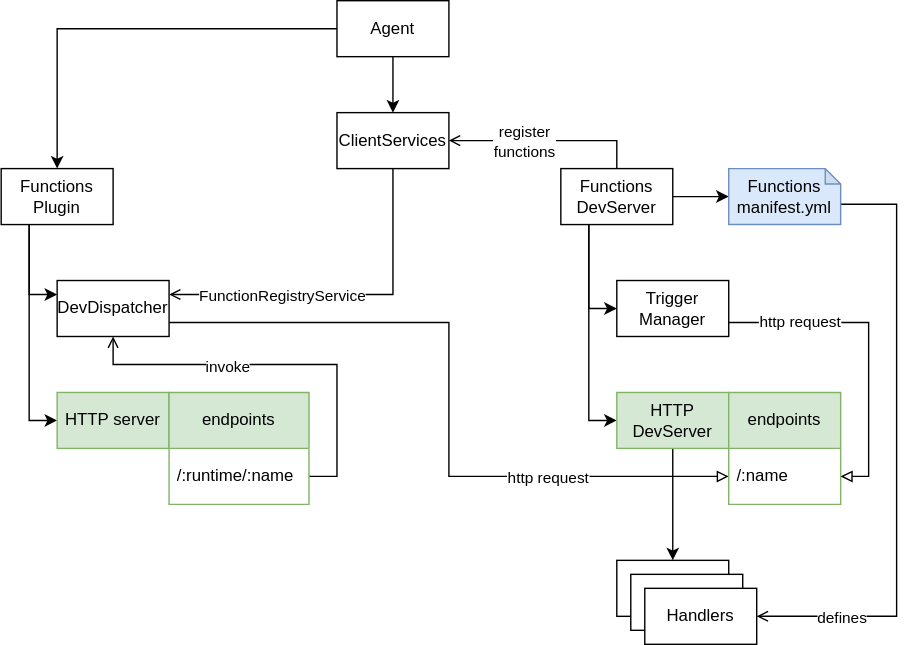
The draw.io diagram docs/docs/design/diagrams/functions-architecture.drawio.svg in dxos/dxos, before a commit. Source tidied: cells renumbered, new cells last; positions are measured from the earlier drawing's top-left corner, leaving out a move shared by most shapes. Source of this version:
```xml
<mxGraphModel>
  <root>
    <mxCell id="0" />
    <mxCell id="1" parent="0" />
    <mxCell id="2" style="edgeStyle=orthogonalEdgeStyle;rounded=0;jettySize=auto;html=1;exitX=0.25;exitY=1;exitDx=0;exitDy=0;entryX=0;entryY=0.25;entryDx=0;entryDy=0;" parent="1" edge="1" source="4" target="10">
      <mxGeometry relative="1" as="geometry" />
    </mxCell>
    <mxCell id="3" style="edgeStyle=orthogonalEdgeStyle;rounded=0;jettySize=auto;html=1;exitX=0.25;exitY=1;exitDx=0;exitDy=0;entryX=0;entryY=0.5;entryDx=0;entryDy=0;" parent="1" edge="1" source="4" target="11">
      <mxGeometry relative="1" as="geometry" />
    </mxCell>
    <mxCell id="4" value="Functions&lt;br&gt;Plugin" style="rounded=0;whiteSpace=wrap;html=1;" parent="1" vertex="1">
      <mxGeometry y="120" width="80" height="40" as="geometry" />
    </mxCell>
    <mxCell id="5" style="edgeStyle=orthogonalEdgeStyle;rounded=0;jettySize=auto;html=1;exitX=0;exitY=0.5;exitDx=0;exitDy=0;" parent="1" edge="1" source="7" target="4">
      <mxGeometry relative="1" as="geometry" />
    </mxCell>
    <mxCell id="6" style="edgeStyle=orthogonalEdgeStyle;rounded=0;jettySize=auto;html=1;exitX=0.5;exitY=1;exitDx=0;exitDy=0;" parent="1" edge="1" source="7" target="18">
      <mxGeometry relative="1" as="geometry" />
    </mxCell>
    <mxCell id="7" value="Agent" style="rounded=0;whiteSpace=wrap;html=1;" parent="1" vertex="1">
      <mxGeometry x="240" width="80" height="40" as="geometry" />
    </mxCell>
    <mxCell id="8" style="edgeStyle=orthogonalEdgeStyle;rounded=0;jettySize=auto;html=1;exitX=1;exitY=0.75;exitDx=0;exitDy=0;entryX=0;entryY=0.5;entryDx=0;entryDy=0;endArrow=block;endFill=0;" parent="1" edge="1" source="10" target="31">
      <mxGeometry relative="1" as="geometry" />
    </mxCell>
    <mxCell id="9" value="http request" style="edgeLabel;html=1;align=center;verticalAlign=middle;" parent="8" vertex="1">
      <mxGeometry x="-0.09" y="1" relative="1" as="geometry">
        <mxPoint x="69" y="79" as="offset" />
      </mxGeometry>
    </mxCell>
    <mxCell id="10" value="DevDispatcher" style="rounded=0;whiteSpace=wrap;html=1;" parent="1" vertex="1">
      <mxGeometry x="40" y="200" width="80" height="40" as="geometry" />
    </mxCell>
    <mxCell id="11" value="HTTP server&lt;br&gt;" style="rounded=0;whiteSpace=wrap;html=1;fillColor=#d5e8d4;strokeColor=#82b366;" parent="1" vertex="1">
      <mxGeometry x="40" y="280" width="80" height="40" as="geometry" />
    </mxCell>
    <mxCell id="12" style="edgeStyle=orthogonalEdgeStyle;rounded=0;jettySize=auto;html=1;exitX=1;exitY=0.75;exitDx=0;exitDy=0;entryX=0.5;entryY=1;entryDx=0;entryDy=0;endArrow=open;endFill=0;" parent="1" edge="1" source="14" target="10">
      <mxGeometry relative="1" as="geometry" />
    </mxCell>
    <mxCell id="13" value="invoke" style="edgeLabel;html=1;align=center;verticalAlign=middle;" parent="12" vertex="1">
      <mxGeometry x="-0.06" y="1" relative="1" as="geometry">
        <mxPoint x="-48" as="offset" />
      </mxGeometry>
    </mxCell>
    <mxCell id="14" value="endpoints" style="swimlane;fontStyle=0;horizontal=1;startSize=40;whiteSpace=wrap;html=1;fillColor=#d5e8d4;strokeColor=#82b366;" parent="1" vertex="1">
      <mxGeometry x="120" y="280" width="100" height="80" as="geometry" />
    </mxCell>
    <mxCell id="15" value="/:runtime/:name&amp;nbsp;" style="text;strokeColor=none;fillColor=none;align=left;verticalAlign=middle;spacingLeft=4;spacingRight=4;overflow=hidden;whiteSpace=wrap;html=1;" parent="14" vertex="1">
      <mxGeometry y="40" width="100" height="40" as="geometry" />
    </mxCell>
    <mxCell id="16" style="edgeStyle=orthogonalEdgeStyle;rounded=0;jettySize=auto;html=1;exitX=0.5;exitY=1;exitDx=0;exitDy=0;entryX=1;entryY=0.25;entryDx=0;entryDy=0;endArrow=open;endFill=0;" parent="1" edge="1" source="18" target="10">
      <mxGeometry relative="1" as="geometry" />
    </mxCell>
    <mxCell id="17" value="FunctionRegistryService" style="edgeLabel;html=1;align=center;verticalAlign=middle;" parent="16" vertex="1">
      <mxGeometry x="-0.55" y="-3" relative="1" as="geometry">
        <mxPoint x="-77" y="34" as="offset" />
      </mxGeometry>
    </mxCell>
    <mxCell id="18" value="ClientServices" style="rounded=0;whiteSpace=wrap;html=1;" parent="1" vertex="1">
      <mxGeometry x="240" y="80" width="80" height="40" as="geometry" />
    </mxCell>
    <mxCell id="19" style="edgeStyle=orthogonalEdgeStyle;rounded=0;jettySize=auto;html=1;exitX=1;exitY=0.5;exitDx=0;exitDy=0;entryX=0;entryY=0.5;entryDx=0;entryDy=0;entryPerimeter=0;" parent="1" edge="1" source="24" target="27">
      <mxGeometry relative="1" as="geometry" />
    </mxCell>
    <mxCell id="20" style="edgeStyle=orthogonalEdgeStyle;rounded=0;jettySize=auto;html=1;exitX=0.5;exitY=0;exitDx=0;exitDy=0;entryX=1;entryY=0.5;entryDx=0;entryDy=0;endArrow=open;endFill=0;" parent="1" edge="1" source="24" target="18">
      <mxGeometry relative="1" as="geometry" />
    </mxCell>
    <mxCell id="21" value="register&lt;br&gt;functions" style="edgeLabel;html=1;align=center;verticalAlign=middle;" parent="20" vertex="1">
      <mxGeometry x="0.32" relative="1" as="geometry">
        <mxPoint x="5" as="offset" />
      </mxGeometry>
    </mxCell>
    <mxCell id="22" style="edgeStyle=orthogonalEdgeStyle;rounded=0;jettySize=auto;html=1;exitX=0.25;exitY=1;exitDx=0;exitDy=0;entryX=0;entryY=0.5;entryDx=0;entryDy=0;" parent="1" edge="1" source="24" target="36">
      <mxGeometry relative="1" as="geometry" />
    </mxCell>
    <mxCell id="23" style="edgeStyle=orthogonalEdgeStyle;rounded=0;jettySize=auto;html=1;exitX=0.25;exitY=1;exitDx=0;exitDy=0;entryX=0;entryY=0.5;entryDx=0;entryDy=0;" parent="1" edge="1" source="24" target="29">
      <mxGeometry relative="1" as="geometry" />
    </mxCell>
    <mxCell id="24" value="Functions&lt;br&gt;DevServer" style="rounded=0;whiteSpace=wrap;html=1;" parent="1" vertex="1">
      <mxGeometry x="400" y="120" width="80" height="40" as="geometry" />
    </mxCell>
    <mxCell id="25" style="edgeStyle=orthogonalEdgeStyle;rounded=0;jettySize=auto;html=1;exitX=0;exitY=0;exitDx=80;exitDy=25.5;exitPerimeter=0;entryX=1;entryY=0.5;entryDx=0;entryDy=0;endArrow=open;endFill=0;" parent="1" edge="1" source="27" target="34">
      <mxGeometry relative="1" as="geometry">
        <Array as="points">
          <mxPoint x="640" y="146" />
          <mxPoint x="640" y="440" />
        </Array>
      </mxGeometry>
    </mxCell>
    <mxCell id="26" value="defines" style="edgeLabel;html=1;align=center;verticalAlign=middle;" parent="25" vertex="1">
      <mxGeometry x="-0.49" y="-2" relative="1" as="geometry">
        <mxPoint x="-38" y="225" as="offset" />
      </mxGeometry>
    </mxCell>
    <mxCell id="27" value="Functions manifest.yml" style="shape=note;whiteSpace=wrap;html=1;backgroundOutline=1;darkOpacity=0.05;size=11;fillColor=#dae8fc;strokeColor=#6c8ebf;" parent="1" vertex="1">
      <mxGeometry x="520" y="120" width="80" height="40" as="geometry" />
    </mxCell>
    <mxCell id="28" style="edgeStyle=orthogonalEdgeStyle;rounded=0;jettySize=auto;html=1;exitX=0.5;exitY=1;exitDx=0;exitDy=0;entryX=0.5;entryY=0;entryDx=0;entryDy=0;" parent="1" edge="1" source="29" target="32">
      <mxGeometry relative="1" as="geometry" />
    </mxCell>
    <mxCell id="29" value="HTTP DevServer" style="rounded=0;whiteSpace=wrap;html=1;fillColor=#d5e8d4;strokeColor=#82b366;" parent="1" vertex="1">
      <mxGeometry x="440" y="280" width="80" height="40" as="geometry" />
    </mxCell>
    <mxCell id="30" value="endpoints" style="swimlane;fontStyle=0;horizontal=1;startSize=40;whiteSpace=wrap;html=1;fillColor=#d5e8d4;strokeColor=#82b366;" parent="1" vertex="1">
      <mxGeometry x="520" y="280" width="80" height="80" as="geometry" />
    </mxCell>
    <mxCell id="31" value="/:name&amp;nbsp;" style="text;strokeColor=none;fillColor=none;align=left;verticalAlign=middle;spacingLeft=4;spacingRight=4;overflow=hidden;points=[[0,0.5],[1,0.5]];portConstraint=eastwest;whiteSpace=wrap;html=1;" parent="30" vertex="1">
      <mxGeometry y="40" width="80" height="40" as="geometry" />
    </mxCell>
    <mxCell id="32" style="rounded=0;whiteSpace=wrap;html=1;" parent="1" vertex="1">
      <mxGeometry x="440" y="400" width="80" height="40" as="geometry" />
    </mxCell>
    <mxCell id="33" style="rounded=0;whiteSpace=wrap;html=1;" parent="1" vertex="1">
      <mxGeometry x="450" y="410" width="80" height="40" as="geometry" />
    </mxCell>
    <mxCell id="34" value="Handlers" style="rounded=0;whiteSpace=wrap;html=1;" parent="1" vertex="1">
      <mxGeometry x="460" y="420" width="80" height="40" as="geometry" />
    </mxCell>
    <mxCell id="35" style="edgeStyle=orthogonalEdgeStyle;rounded=0;jettySize=auto;html=1;exitX=0;exitY=0.75;exitDx=0;exitDy=0;endArrow=block;endFill=0;entryX=1;entryY=0.75;entryDx=0;entryDy=0;" parent="1" edge="1" source="36" target="30">
      <mxGeometry relative="1" as="geometry">
        <Array as="points">
          <mxPoint x="620" y="230" />
          <mxPoint x="620" y="340" />
        </Array>
      </mxGeometry>
    </mxCell>
    <mxCell id="36" value="Trigger&lt;br&gt;Manager" style="rounded=0;whiteSpace=wrap;html=1;" parent="1" vertex="1">
      <mxGeometry x="440" y="200" width="80" height="40" as="geometry" />
    </mxCell>
    <mxCell id="37" value="http request" style="edgeLabel;html=1;align=center;verticalAlign=middle;" parent="1" vertex="1">
      <mxGeometry x="570" y="230" as="geometry" />
    </mxCell>
  </root>
</mxGraphModel>
```
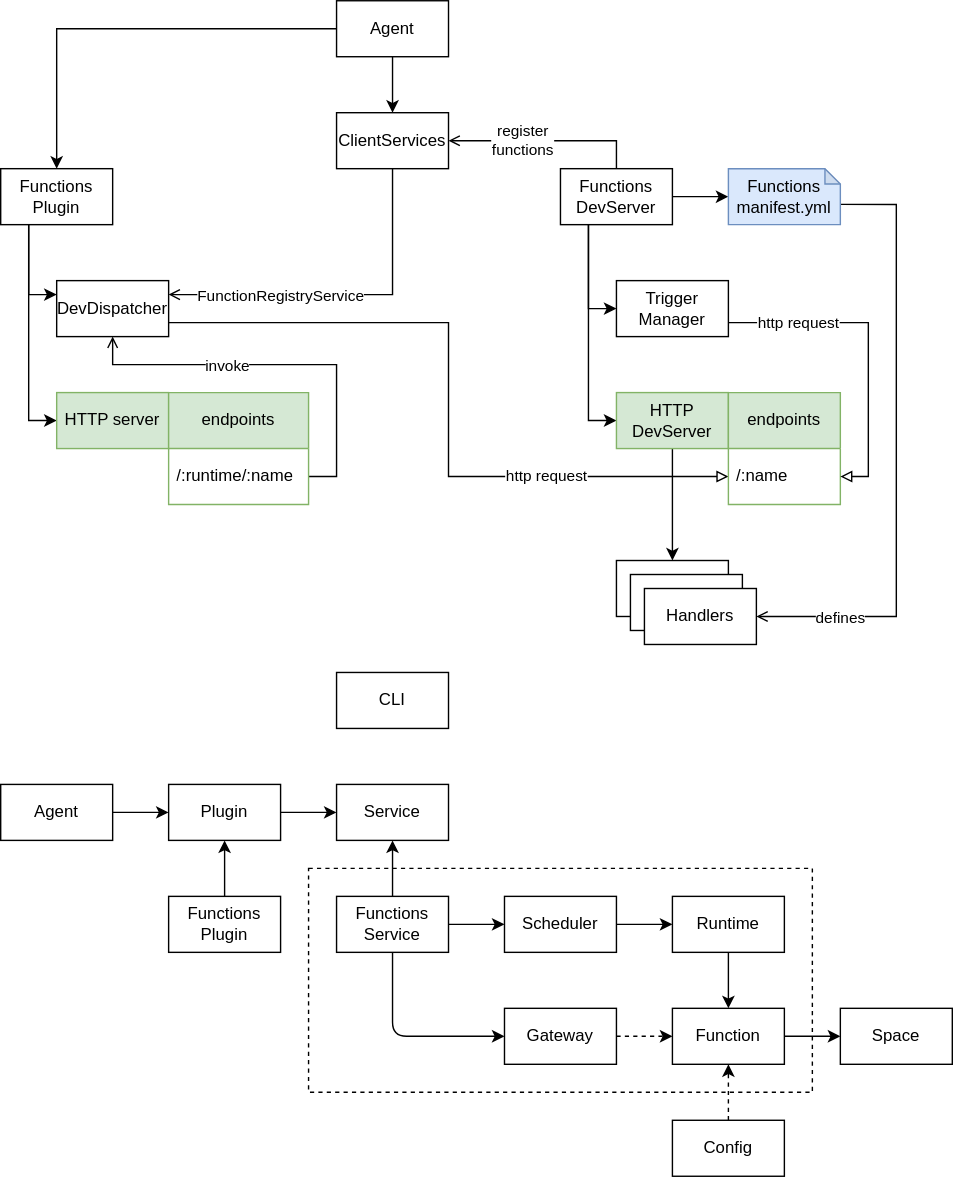
The same file after the commit.

The edit, as a diff of the source:
```diff
@@ -2,6 +2,9 @@
   <root>
     <mxCell id="0" />
     <mxCell id="1" parent="0" />
+    <mxCell id="38" style="rounded=0;whiteSpace=wrap;html=1;dashed=1;fillColor=none;" parent="1" vertex="1">
+      <mxGeometry x="220" y="620" width="360" height="160" as="geometry" />
+    </mxCell>
     <mxCell id="2" style="edgeStyle=orthogonalEdgeStyle;rounded=0;jettySize=auto;html=1;exitX=0.25;exitY=1;exitDx=0;exitDy=0;entryX=0;entryY=0.25;entryDx=0;entryDy=0;" parent="1" edge="1" source="4" target="10">
       <mxGeometry relative="1" as="geometry" />
     </mxCell>
@@ -130,5 +133,78 @@
     <mxCell id="37" value="http request" style="edgeLabel;html=1;align=center;verticalAlign=middle;" parent="1" vertex="1">
       <mxGeometry x="570" y="230" as="geometry" />
     </mxCell>
+    <mxCell id="39" style="edgeStyle=none;html=1;exitX=1;exitY=0.5;exitDx=0;exitDy=0;" parent="1" edge="1" source="40" target="42">
+      <mxGeometry relative="1" as="geometry" />
+    </mxCell>
+    <mxCell id="40" value="Agent" style="rounded=0;whiteSpace=wrap;html=1;" parent="1" vertex="1">
+      <mxGeometry y="560" width="80" height="40" as="geometry" />
+    </mxCell>
+    <mxCell id="41" style="edgeStyle=none;html=1;exitX=1;exitY=0.5;exitDx=0;exitDy=0;" parent="1" edge="1" source="42" target="43">
+      <mxGeometry relative="1" as="geometry" />
+    </mxCell>
+    <mxCell id="42" value="Plugin" style="rounded=0;whiteSpace=wrap;html=1;" parent="1" vertex="1">
+      <mxGeometry x="120" y="560" width="80" height="40" as="geometry" />
+    </mxCell>
+    <mxCell id="43" value="Service" style="rounded=0;whiteSpace=wrap;html=1;" parent="1" vertex="1">
+      <mxGeometry x="240" y="560" width="80" height="40" as="geometry" />
+    </mxCell>
+    <mxCell id="44" style="edgeStyle=none;html=1;exitX=0.5;exitY=0;exitDx=0;exitDy=0;" parent="1" edge="1" source="45" target="42">
+      <mxGeometry relative="1" as="geometry" />
+    </mxCell>
+    <mxCell id="45" value="Functions&lt;br&gt;Plugin" style="rounded=0;whiteSpace=wrap;html=1;" parent="1" vertex="1">
+      <mxGeometry x="120" y="640" width="80" height="40" as="geometry" />
+    </mxCell>
+    <mxCell id="46" style="edgeStyle=none;html=1;exitX=0.5;exitY=0;exitDx=0;exitDy=0;" parent="1" edge="1" source="49" target="43">
+      <mxGeometry relative="1" as="geometry" />
+    </mxCell>
+    <mxCell id="47" style="edgeStyle=none;html=1;exitX=1;exitY=0.5;exitDx=0;exitDy=0;" parent="1" edge="1" source="49" target="51">
+      <mxGeometry relative="1" as="geometry" />
+    </mxCell>
+    <mxCell id="48" style="edgeStyle=none;html=1;exitX=0.5;exitY=1;exitDx=0;exitDy=0;entryX=0;entryY=0.5;entryDx=0;entryDy=0;" parent="1" edge="1" source="49" target="55">
+      <mxGeometry relative="1" as="geometry">
+        <Array as="points">
+          <mxPoint x="280" y="740" />
+        </Array>
+      </mxGeometry>
+    </mxCell>
+    <mxCell id="49" value="Functions&lt;br&gt;Service" style="rounded=0;whiteSpace=wrap;html=1;" parent="1" vertex="1">
+      <mxGeometry x="240" y="640" width="80" height="40" as="geometry" />
+    </mxCell>
+    <mxCell id="50" style="edgeStyle=none;html=1;exitX=1;exitY=0.5;exitDx=0;exitDy=0;" parent="1" edge="1" source="51" target="53">
+      <mxGeometry relative="1" as="geometry" />
+    </mxCell>
+    <mxCell id="51" value="Scheduler" style="rounded=0;whiteSpace=wrap;html=1;" parent="1" vertex="1">
+      <mxGeometry x="360" y="640" width="80" height="40" as="geometry" />
+    </mxCell>
+    <mxCell id="52" style="edgeStyle=none;html=1;exitX=0.5;exitY=1;exitDx=0;exitDy=0;" parent="1" edge="1" source="53" target="59">
+      <mxGeometry relative="1" as="geometry" />
+    </mxCell>
+    <mxCell id="53" value="Runtime" style="rounded=0;whiteSpace=wrap;html=1;" parent="1" vertex="1">
+      <mxGeometry x="480" y="640" width="80" height="40" as="geometry" />
+    </mxCell>
+    <mxCell id="54" style="edgeStyle=none;html=1;exitX=1;exitY=0.5;exitDx=0;exitDy=0;dashed=1;" parent="1" edge="1" source="55" target="59">
+      <mxGeometry relative="1" as="geometry" />
+    </mxCell>
+    <mxCell id="55" value="Gateway" style="rounded=0;whiteSpace=wrap;html=1;" parent="1" vertex="1">
+      <mxGeometry x="360" y="720" width="80" height="40" as="geometry" />
+    </mxCell>
+    <mxCell id="56" value="Space" style="rounded=0;whiteSpace=wrap;html=1;" parent="1" vertex="1">
+      <mxGeometry x="600" y="720" width="80" height="40" as="geometry" />
+    </mxCell>
+    <mxCell id="57" value="CLI" style="rounded=0;whiteSpace=wrap;html=1;" parent="1" vertex="1">
+      <mxGeometry x="240" y="480" width="80" height="40" as="geometry" />
+    </mxCell>
+    <mxCell id="58" style="edgeStyle=none;html=1;exitX=1;exitY=0.5;exitDx=0;exitDy=0;" parent="1" edge="1" source="59" target="56">
+      <mxGeometry relative="1" as="geometry" />
+    </mxCell>
+    <mxCell id="59" value="Function" style="rounded=0;whiteSpace=wrap;html=1;" parent="1" vertex="1">
+      <mxGeometry x="480" y="720" width="80" height="40" as="geometry" />
+    </mxCell>
+    <mxCell id="60" style="edgeStyle=none;html=1;exitX=0.5;exitY=0;exitDx=0;exitDy=0;dashed=1;" parent="1" edge="1" source="61" target="59">
+      <mxGeometry relative="1" as="geometry" />
+    </mxCell>
+    <mxCell id="61" value="Config" style="rounded=0;whiteSpace=wrap;html=1;" parent="1" vertex="1">
+      <mxGeometry x="480" y="800" width="80" height="40" as="geometry" />
+    </mxCell>
   </root>
 </mxGraphModel>
```
